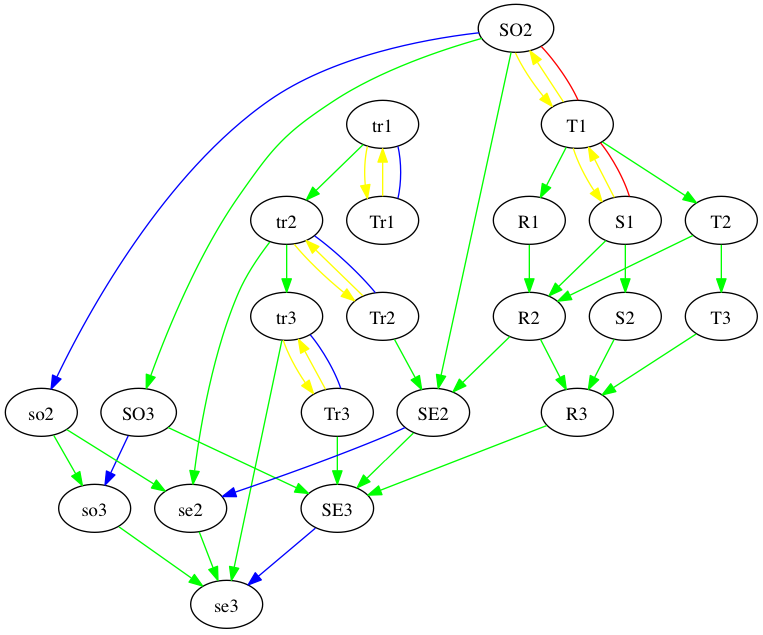
This is utils/manifolds.png from AndreaCensi/geometry, a Graphviz export, as it was before one commit. Its source is kept beside it as utils/manifolds.dot. Its diagram source:
```dot
digraph manifolds {
SO3 [rank=2];
SO2 [rank=1];
R1 [rank=1];
R2 [rank=2];
R3 [rank=3];
T1 [rank=1];
T2 [rank=2];
T3 [rank=3];
Tr1 [rank=1];
Tr2 [rank=2];
Tr3 [rank=3];
tr1 [rank=1];
tr2 [rank=2];
tr3 [rank=3];
SE2 [rank=3];
SE3 [rank=6];
S1 [rank=1];
S2 [rank=2];
se2 [rank=3];
se3 [rank=6];
so2 [rank=1];
so3 [rank=2];
SO3 -> so3  [color=blue];
SO3 -> SE3  [color=green];
SO2 -> SO3  [color=green];
SO2 -> SE2  [color=green];
SO2 -> so2  [color=blue];
SO2 -> T1  [color=yellow];
R1 -> R2  [color=green];
R2 -> R3  [color=green];
R2 -> SE2  [color=green];
R3 -> SE3  [color=green];
T1 -> R1  [color=green];
T1 -> SO2  [color=yellow];
T1 -> T2  [color=green];
T1 -> S1  [color=yellow];
T1 -> SO2  [color=red, undirected=True, dir=none];
T2 -> R2  [color=green];
T2 -> T3  [color=green];
T3 -> R3  [color=green];
Tr1 -> tr1  [color=yellow];
Tr2 -> SE2  [color=green];
Tr2 -> tr2  [color=yellow];
Tr3 -> SE3  [color=green];
Tr3 -> tr3  [color=yellow];
tr1 -> Tr1  [color=yellow];
tr1 -> tr2  [color=green];
tr1 -> Tr1  [color=blue, undirected=True, dir=none];
tr2 -> se2  [color=green];
tr2 -> tr3  [color=green];
tr2 -> Tr2  [color=yellow];
tr2 -> Tr2  [color=blue, undirected=True, dir=none];
tr3 -> se3  [color=green];
tr3 -> Tr3  [color=yellow];
tr3 -> Tr3  [color=blue, undirected=True, dir=none];
SE2 -> se2  [color=blue];
SE2 -> SE3  [color=green];
SE3 -> se3  [color=blue];
S1 -> R2  [color=green];
S1 -> S2  [color=green];
S1 -> T1  [color=yellow];
S1 -> T1  [color=red, undirected=True, dir=none];
S2 -> R3  [color=green];
se2 -> se3  [color=green];
so2 -> so3  [color=green];
so2 -> se2  [color=green];
so3 -> se3  [color=green];
}
```
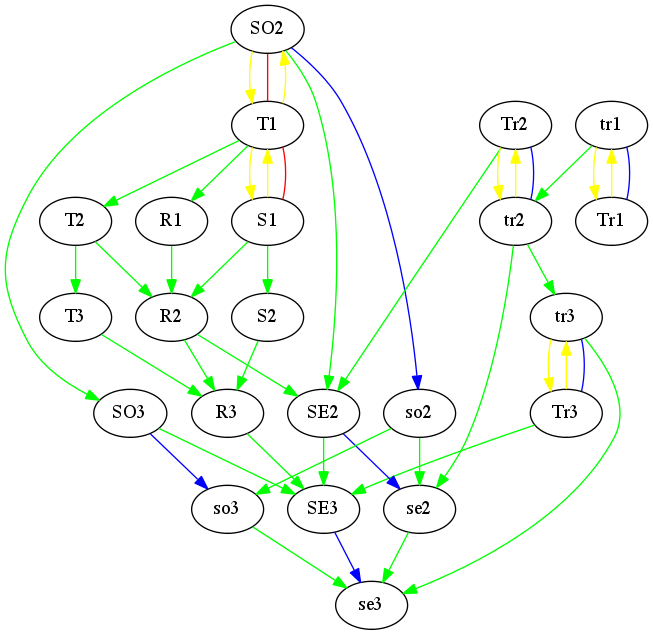
The same diagram one commit later.

Change to the diagram source:
```diff
@@ -1,5 +1,5 @@
 digraph manifolds {
-SO3 [rank=2];
+SO3 [rank=3];
 SO2 [rank=1];
 R1 [rank=1];
 R2 [rank=2];
@@ -10,9 +10,6 @@
 Tr1 [rank=1];
 Tr2 [rank=2];
 Tr3 [rank=3];
-tr1 [rank=1];
-tr2 [rank=2];
-tr3 [rank=3];
 SE2 [rank=3];
 SE3 [rank=6];
 S1 [rank=1];
@@ -20,22 +17,25 @@
 se2 [rank=3];
 se3 [rank=6];
 so2 [rank=1];
-so3 [rank=2];
+so3 [rank=3];
+tr1 [rank=1];
+tr2 [rank=2];
+tr3 [rank=3];
 SO3 -> so3  [color=blue];
 SO3 -> SE3  [color=green];
 SO2 -> SO3  [color=green];
 SO2 -> SE2  [color=green];
+SO2 -> T1  [color=yellow];
 SO2 -> so2  [color=blue];
-SO2 -> T1  [color=yellow];
+SO2 -> T1  [color=red, undirected=True, dir=none];
 R1 -> R2  [color=green];
 R2 -> R3  [color=green];
 R2 -> SE2  [color=green];
 R3 -> SE3  [color=green];
 T1 -> R1  [color=green];
 T1 -> SO2  [color=yellow];
+T1 -> S1  [color=yellow];
 T1 -> T2  [color=green];
-T1 -> S1  [color=yellow];
-T1 -> SO2  [color=red, undirected=True, dir=none];
 T2 -> R2  [color=green];
 T2 -> T3  [color=green];
 T3 -> R3  [color=green];
@@ -44,26 +44,26 @@
 Tr2 -> tr2  [color=yellow];
 Tr3 -> SE3  [color=green];
 Tr3 -> tr3  [color=yellow];
-tr1 -> Tr1  [color=yellow];
-tr1 -> tr2  [color=green];
-tr1 -> Tr1  [color=blue, undirected=True, dir=none];
-tr2 -> se2  [color=green];
-tr2 -> tr3  [color=green];
-tr2 -> Tr2  [color=yellow];
-tr2 -> Tr2  [color=blue, undirected=True, dir=none];
-tr3 -> se3  [color=green];
-tr3 -> Tr3  [color=yellow];
-tr3 -> Tr3  [color=blue, undirected=True, dir=none];
 SE2 -> se2  [color=blue];
 SE2 -> SE3  [color=green];
 SE3 -> se3  [color=blue];
 S1 -> R2  [color=green];
+S1 -> T1  [color=yellow];
 S1 -> S2  [color=green];
-S1 -> T1  [color=yellow];
 S1 -> T1  [color=red, undirected=True, dir=none];
 S2 -> R3  [color=green];
 se2 -> se3  [color=green];
 so2 -> so3  [color=green];
 so2 -> se2  [color=green];
 so3 -> se3  [color=green];
+tr1 -> Tr1  [color=yellow];
+tr1 -> tr2  [color=green];
+tr1 -> Tr1  [color=blue, undirected=True, dir=none];
+tr2 -> se2  [color=green];
+tr2 -> Tr2  [color=yellow];
+tr2 -> tr3  [color=green];
+tr2 -> Tr2  [color=blue, undirected=True, dir=none];
+tr3 -> se3  [color=green];
+tr3 -> Tr3  [color=yellow];
+tr3 -> Tr3  [color=blue, undirected=True, dir=none];
 }
```
